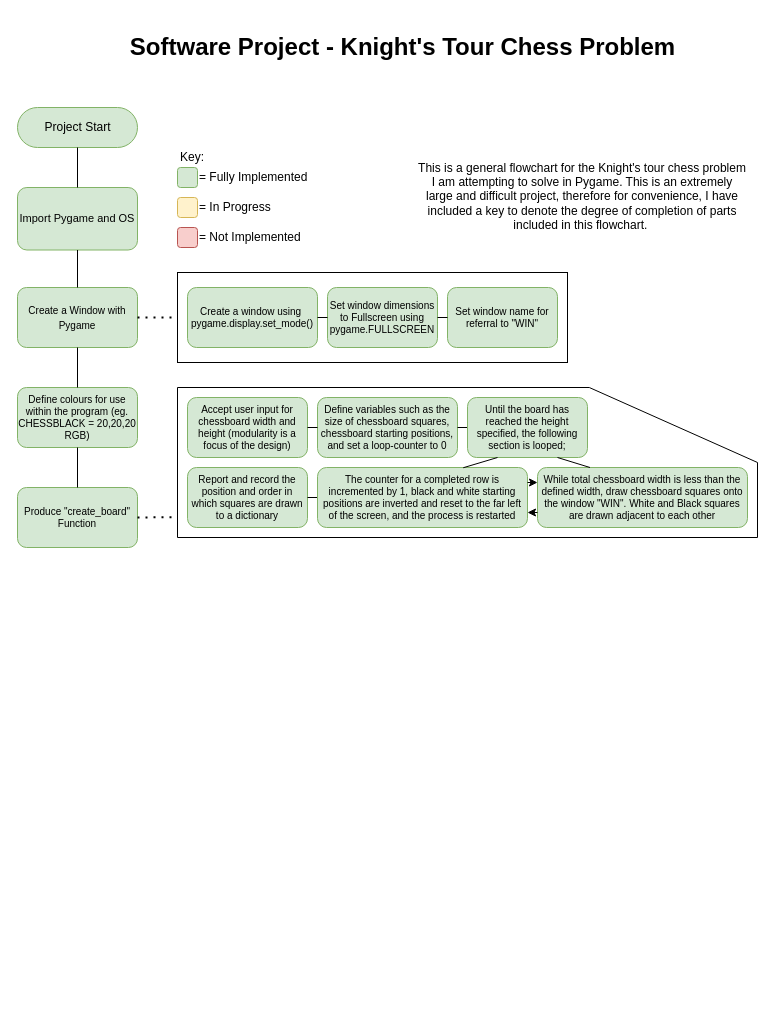
The draw.io diagram Software-Development/Assignments/Flowchart/Software Flowchart.drawio in 20220856/RR-20220856.github.io, before the edit. Source tidied: cells renumbered, new cells numbered last; positions are measured from the earlier drawing's top-left corner, leaving out a move shared by most shapes. Both pictures are drawn from the tidied source at 100%, with x=0, y=0 at pixel (17, 27).
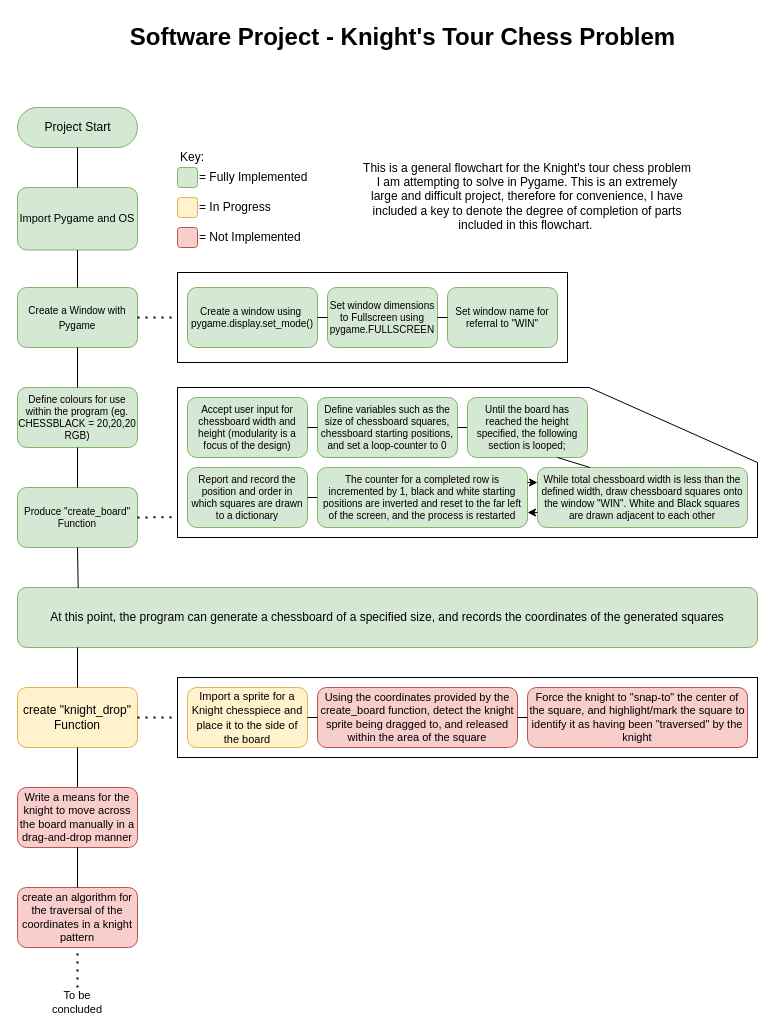
The same page after the edit.

Unchanged cells that the change refers to:
```xml
<mxCell id="17" value="Produce &quot;create_board&quot; Function" style="rounded=1;whiteSpace=wrap;html=1;fontSize=10;fillColor=#d5e8d4;strokeColor=#82b366;" parent="1" vertex="1">
  <mxGeometry y="460" width="120" height="60" as="geometry" />
</mxCell>
<mxCell id="36" value="Until the board has reached the height specified, the following section is looped;" style="rounded=1;whiteSpace=wrap;html=1;fontSize=10;fillColor=#d5e8d4;strokeColor=#82b366;" parent="1" vertex="1">
  <mxGeometry x="450" y="370" width="120" height="60" as="geometry" />
</mxCell>
<mxCell id="38" value="The counter for a completed row is incremented by 1, black and white starting positions are inverted and reset to the far left of the screen, and the process is restarted" style="rounded=1;whiteSpace=wrap;html=1;fontSize=10;fillColor=#d5e8d4;strokeColor=#82b366;" parent="1" vertex="1">
  <mxGeometry x="300" y="440" width="210" height="60" as="geometry" />
</mxCell>
```

The edit, as a diff of the source:
```diff
@@
     <mxCell id="3" value="Software Project - Knight's Tour Chess Problem" style="text;strokeColor=none;fillColor=none;html=1;fontSize=24;fontStyle=1;verticalAlign=middle;align=center;" parent="1" vertex="1">
-      <mxGeometry x="84" width="602" height="40" as="geometry" />
+      <mxGeometry x="84" y="-10" width="602" height="40" as="geometry" />
     </mxCell>
     <mxCell id="4" value="This is a general flowchart for the Knight's tour chess problem I am attempting to solve in Pygame. This is an extremely large and difficult project, therefore for convenience, I have included a key to denote the degree of completion of parts included in this flowchart.&amp;nbsp;" style="text;html=1;strokeColor=none;fillColor=none;align=center;verticalAlign=middle;whiteSpace=wrap;rounded=0;" parent="1" vertex="1">
-      <mxGeometry x="400" y="117.5" width="330" height="102.5" as="geometry" />
+      <mxGeometry x="345" y="117.5" width="330" height="102.5" as="geometry" />
     </mxCell>
@@
-    <mxCell id="41" style="endArrow=none;html=1;rounded=0;fontSize=10;entryX=0.25;entryY=1;entryDx=0;entryDy=0;exitX=0.694;exitY=0.004;exitDx=0;exitDy=0;exitPerimeter=0;" parent="1" edge="1" source="38" target="36">
-      <mxGeometry relative="1" as="geometry" />
-    </mxCell>
+    <mxCell id="42" value="At this point, the program can generate a chessboard of a specified size, and records the coordinates of the generated squares" style="rounded=1;whiteSpace=wrap;html=1;fillColor=#d5e8d4;strokeColor=#82b366;" parent="1" vertex="1">
+      <mxGeometry y="560" width="740" height="60" as="geometry" />
+    </mxCell>
+    <mxCell id="43" style="endArrow=none;html=1;rounded=0;entryX=0.5;entryY=1;entryDx=0;entryDy=0;exitX=0.082;exitY=0.007;exitDx=0;exitDy=0;exitPerimeter=0;" parent="1" edge="1" source="42" target="17">
+      <mxGeometry relative="1" as="geometry" />
+    </mxCell>
+    <mxCell id="44" value="create &quot;knight_drop&quot; Function" style="rounded=1;whiteSpace=wrap;html=1;fillColor=#fff2cc;strokeColor=#d6b656;" parent="1" vertex="1">
+      <mxGeometry y="660" width="120" height="60" as="geometry" />
+    </mxCell>
+    <mxCell id="45" style="endArrow=none;html=1;rounded=0;exitX=0.5;exitY=0;exitDx=0;exitDy=0;" parent="1" edge="1" source="44">
+      <mxGeometry relative="1" as="geometry">
+        <mxPoint x="60" y="620" as="targetPoint" />
+      </mxGeometry>
+    </mxCell>
+    <mxCell id="46" style="rounded=0;whiteSpace=wrap;html=1;" parent="1" vertex="1">
+      <mxGeometry x="160" y="650" width="580" height="80" as="geometry" />
+    </mxCell>
+    <mxCell id="47" value="&lt;font style=&quot;font-size: 11px;&quot;&gt;Import a sprite for a Knight chesspiece and place it to the side of the board&lt;/font&gt;" style="rounded=1;whiteSpace=wrap;html=1;fillColor=#fff2cc;strokeColor=#d6b656;" parent="1" vertex="1">
+      <mxGeometry x="170" y="660" width="120" height="60" as="geometry" />
+    </mxCell>
+    <mxCell id="48" value="Using the coordinates provided by the create_board function, detect the knight sprite being dragged to, and released within the area of the square" style="rounded=1;whiteSpace=wrap;html=1;fontSize=11;fillColor=#f8cecc;strokeColor=#b85450;" parent="1" vertex="1">
+      <mxGeometry x="300" y="660" width="200" height="60" as="geometry" />
+    </mxCell>
+    <mxCell id="49" style="endArrow=none;html=1;rounded=0;fontSize=11;exitX=1;exitY=0.5;exitDx=0;exitDy=0;entryX=0;entryY=0.5;entryDx=0;entryDy=0;" parent="1" edge="1" source="47" target="48">
+      <mxGeometry relative="1" as="geometry" />
+    </mxCell>
+    <mxCell id="50" style="endArrow=none;dashed=1;html=1;dashPattern=1 3;strokeWidth=2;rounded=0;fontSize=11;exitX=1;exitY=0.5;exitDx=0;exitDy=0;entryX=0;entryY=0.5;entryDx=0;entryDy=0;" parent="1" edge="1" source="44" target="46">
+      <mxGeometry relative="1" as="geometry" />
+    </mxCell>
+    <mxCell id="51" value="Force the knight to &quot;snap-to&quot; the center of the square, and highlight/mark the square to identify it as having been &quot;traversed&quot; by the knight" style="rounded=1;whiteSpace=wrap;html=1;fontSize=11;fillColor=#f8cecc;strokeColor=#b85450;" parent="1" vertex="1">
+      <mxGeometry x="510" y="660" width="220" height="60" as="geometry" />
+    </mxCell>
+    <mxCell id="52" style="endArrow=none;html=1;rounded=0;fontSize=11;entryX=0;entryY=0.5;entryDx=0;entryDy=0;exitX=1;exitY=0.5;exitDx=0;exitDy=0;" parent="1" edge="1" source="48" target="51">
+      <mxGeometry relative="1" as="geometry" />
+    </mxCell>
+    <mxCell id="53" value="create an algorithm for the traversal of the coordinates in a knight pattern" style="rounded=1;whiteSpace=wrap;html=1;fontSize=11;fillColor=#f8cecc;strokeColor=#b85450;" parent="1" vertex="1">
+      <mxGeometry y="860" width="120" height="60" as="geometry" />
+    </mxCell>
+    <mxCell id="54" style="endArrow=none;html=1;rounded=0;fontSize=11;entryX=0.5;entryY=1;entryDx=0;entryDy=0;exitX=0.5;exitY=0;exitDx=0;exitDy=0;" parent="1" edge="1" source="55" target="44">
+      <mxGeometry relative="1" as="geometry" />
+    </mxCell>
+    <mxCell id="55" value="Write a means for the knight to move across the board manually in a drag-and-drop manner" style="rounded=1;whiteSpace=wrap;html=1;fontSize=11;fillColor=#f8cecc;strokeColor=#b85450;" parent="1" vertex="1">
+      <mxGeometry y="760" width="120" height="60" as="geometry" />
+    </mxCell>
+    <mxCell id="56" style="endArrow=none;html=1;rounded=0;fontSize=11;entryX=0.5;entryY=1;entryDx=0;entryDy=0;exitX=0.5;exitY=0;exitDx=0;exitDy=0;" parent="1" edge="1" source="53" target="55">
+      <mxGeometry relative="1" as="geometry" />
+    </mxCell>
+    <mxCell id="57" style="endArrow=none;dashed=1;html=1;dashPattern=1 3;strokeWidth=2;rounded=0;fontSize=11;entryX=0.5;entryY=1;entryDx=0;entryDy=0;" parent="1" edge="1" target="53">
+      <mxGeometry relative="1" as="geometry">
+        <mxPoint x="60" y="960" as="sourcePoint" />
+      </mxGeometry>
+    </mxCell>
+    <mxCell id="58" value="To be concluded" style="text;html=1;strokeColor=none;fillColor=none;align=center;verticalAlign=middle;whiteSpace=wrap;rounded=0;fontSize=11;" parent="1" vertex="1">
+      <mxGeometry x="30" y="960" width="60" height="30" as="geometry" />
+    </mxCell>
```
